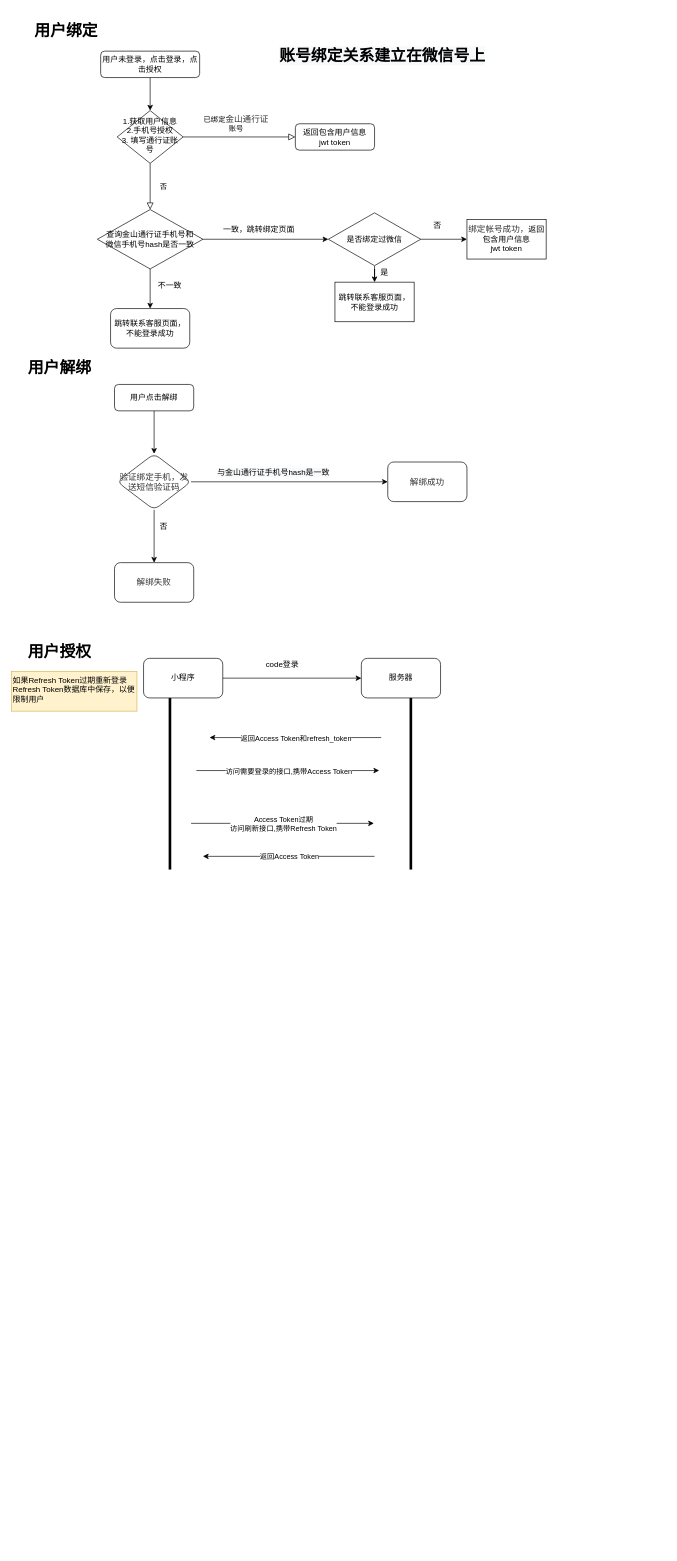
over-star/drawio keeps this draw.io diagram as Untitled Diagram.drawio. Above is the earlier version. Source tidied: cells renumbered, new cells numbered last; positions are measured from the earlier drawing's top-left corner, leaving out a move shared by most shapes. Both pictures are drawn from the tidied source at 66%, with x=0, y=0 at pixel (11, 18).
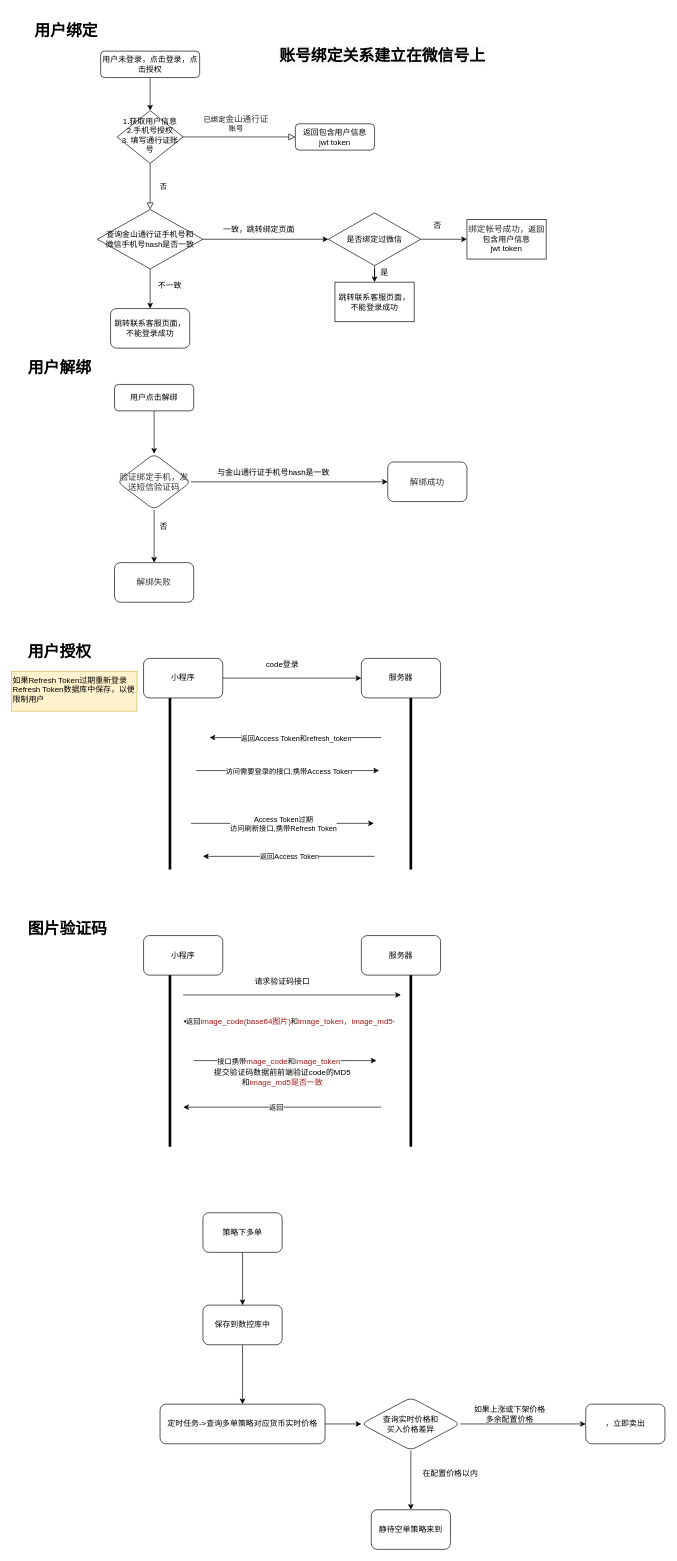
The same diagram, later.

Diff of the diagram source:
```diff
@@
+    <mxCell id="49" value="&lt;h1&gt;图片验证码&lt;/h1&gt;" style="text;html=1;strokeColor=none;fillColor=none;spacing=5;spacingTop=-20;whiteSpace=wrap;overflow=hidden;rounded=0;" parent="1" vertex="1">
+      <mxGeometry x="20" y="1360" width="190" height="40" as="geometry" />
+    </mxCell>
+    <mxCell id="50" style="edgeStyle=orthogonalEdgeStyle;rounded=0;orthogonalLoop=1;jettySize=auto;html=1;" parent="1" edge="1">
+      <mxGeometry relative="1" as="geometry">
+        <mxPoint x="260" y="1480" as="sourcePoint" />
+        <mxPoint x="590" y="1480" as="targetPoint" />
+        <Array as="points">
+          <mxPoint x="260" y="1480" />
+        </Array>
+      </mxGeometry>
+    </mxCell>
+    <mxCell id="51" value="小程序" style="rounded=1;whiteSpace=wrap;html=1;" parent="1" vertex="1">
+      <mxGeometry x="200" y="1390" width="120" height="60" as="geometry" />
+    </mxCell>
+    <mxCell id="52" value="服务器" style="rounded=1;whiteSpace=wrap;html=1;" parent="1" vertex="1">
+      <mxGeometry x="530" y="1390" width="120" height="60" as="geometry" />
+    </mxCell>
+    <mxCell id="53" value="请求验证码接口" style="text;html=1;align=center;verticalAlign=middle;strokeColor=none;fillColor=none;" parent="1" vertex="1">
+      <mxGeometry x="360" y="1450" width="100" height="20" as="geometry" />
+    </mxCell>
+    <mxCell id="54" style="line;strokeWidth=4;direction=south;html=1;perimeter=backbonePerimeter;" parent="1" vertex="1">
+      <mxGeometry x="600" y="1450" width="10" height="260" as="geometry" />
+    </mxCell>
+    <mxCell id="55" style="endArrow=classic;html=1;rounded=0;" parent="1" edge="1">
+      <mxGeometry relative="1" as="geometry">
+        <mxPoint x="580" y="1520" as="sourcePoint" />
+        <mxPoint x="260" y="1520" as="targetPoint" />
+        <Array as="points">
+          <mxPoint x="380" y="1520" />
+        </Array>
+      </mxGeometry>
+    </mxCell>
+    <mxCell id="56" value="返回&lt;span style=&quot;color: rgb(163 , 21 , 21) ; background-color: rgb(255 , 255 , 254) ; font-size: 12px&quot;&gt;image_code(base64图片)&lt;/span&gt;和&lt;span style=&quot;color: rgb(163 , 21 , 21) ; background-color: rgb(255 , 255 , 254) ; font-size: 12px&quot;&gt;image_token，&lt;/span&gt;&lt;span style=&quot;color: rgb(163 , 21 , 21) ; background-color: rgb(255 , 255 , 254) ; font-size: 12px&quot;&gt;image_md5&lt;/span&gt;" style="edgeLabel;html=1;align=center;verticalAlign=middle;" parent="55" vertex="1">
+      <mxGeometry relative="1" as="geometry" />
+    </mxCell>
+    <mxCell id="57" style="line;strokeWidth=4;direction=south;html=1;perimeter=backbonePerimeter;" parent="1" vertex="1">
+      <mxGeometry x="235" y="1450" width="10" height="260" as="geometry" />
+    </mxCell>
+    <mxCell id="58" style="endArrow=classic;html=1;rounded=0;" parent="1" edge="1">
+      <mxGeometry relative="1" as="geometry">
+        <mxPoint x="276" y="1579.5" as="sourcePoint" />
+        <mxPoint x="553" y="1579.5" as="targetPoint" />
+      </mxGeometry>
+    </mxCell>
+    <mxCell id="59" value="接口携带&lt;span style=&quot;font-size: 12px ; color: rgb(163 , 21 , 21) ; background-color: rgb(255 , 255 , 254)&quot;&gt;mage_code&lt;/span&gt;和&lt;span style=&quot;font-size: 12px ; color: rgb(163 , 21 , 21) ; background-color: rgb(255 , 255 , 254)&quot;&gt;image_token&lt;/span&gt;" style="edgeLabel;html=1;align=center;verticalAlign=middle;" parent="58" vertex="1">
+      <mxGeometry relative="1" as="geometry">
+        <mxPoint x="-11" y="1" as="offset" />
+      </mxGeometry>
+    </mxCell>
+    <mxCell id="60" style="endArrow=classic;html=1;rounded=0;" parent="1" edge="1">
+      <mxGeometry relative="1" as="geometry">
+        <mxPoint x="560" y="1650" as="sourcePoint" />
+        <mxPoint x="260" y="1650" as="targetPoint" />
+      </mxGeometry>
+    </mxCell>
+    <mxCell id="61" value="返回" style="edgeLabel;html=1;align=center;verticalAlign=middle;" parent="60" vertex="1">
+      <mxGeometry relative="1" as="geometry">
+        <mxPoint x="-10" as="offset" />
+      </mxGeometry>
+    </mxCell>
+    <mxCell id="62" value="提交验证码数据前前端验证code的MD5和&lt;span style=&quot;color: rgb(163 , 21 , 21) ; background-color: rgb(255 , 255 , 254)&quot;&gt;image_md5是否一致&lt;/span&gt;" style="text;html=1;strokeColor=none;fillColor=none;align=center;verticalAlign=middle;whiteSpace=wrap;rounded=0;" parent="1" vertex="1">
+      <mxGeometry x="302.5" y="1590" width="215" height="30" as="geometry" />
+    </mxCell>
+    <mxCell id="63" style="edgeStyle=orthogonalEdgeStyle;rounded=0;jettySize=auto;html=1;" parent="1" edge="1" source="64" target="66">
+      <mxGeometry relative="1" as="geometry" />
+    </mxCell>
+    <mxCell id="64" value="策略下多单" style="rounded=1;whiteSpace=wrap;html=1;" parent="1" vertex="1">
+      <mxGeometry x="290" y="1810" width="120" height="60" as="geometry" />
+    </mxCell>
+    <mxCell id="65" style="edgeStyle=orthogonalEdgeStyle;rounded=0;jettySize=auto;html=1;" parent="1" edge="1" source="66" target="68">
+      <mxGeometry relative="1" as="geometry" />
+    </mxCell>
+    <mxCell id="66" value="保存到数控库中" style="whiteSpace=wrap;html=1;rounded=1;" parent="1" vertex="1">
+      <mxGeometry x="290" y="1950" width="120" height="60" as="geometry" />
+    </mxCell>
+    <mxCell id="67" style="edgeStyle=orthogonalEdgeStyle;rounded=0;jettySize=auto;html=1;" parent="1" edge="1" source="68" target="71">
+      <mxGeometry relative="1" as="geometry" />
+    </mxCell>
+    <mxCell id="68" value="定时任务-&amp;gt;查询多单策略对应货币实时价格" style="whiteSpace=wrap;html=1;rounded=1;" parent="1" vertex="1">
+      <mxGeometry x="225" y="2100" width="250" height="60" as="geometry" />
+    </mxCell>
+    <mxCell id="69" style="edgeStyle=orthogonalEdgeStyle;rounded=0;jettySize=auto;html=1;" parent="1" edge="1" source="71" target="72">
+      <mxGeometry relative="1" as="geometry" />
+    </mxCell>
+    <mxCell id="70" style="edgeStyle=orthogonalEdgeStyle;rounded=0;jettySize=auto;html=1;" parent="1" edge="1" source="71" target="73">
+      <mxGeometry relative="1" as="geometry" />
+    </mxCell>
+    <mxCell id="71" value="查询实时价格和&lt;br&gt;买入价格差异" style="rhombus;whiteSpace=wrap;html=1;rounded=1;" parent="1" vertex="1">
+      <mxGeometry x="530" y="2090" width="150" height="80" as="geometry" />
+    </mxCell>
+    <mxCell id="72" value="&lt;span&gt;，立即卖出&lt;/span&gt;" style="whiteSpace=wrap;html=1;rounded=1;" parent="1" vertex="1">
+      <mxGeometry x="870" y="2100" width="120" height="60" as="geometry" />
+    </mxCell>
+    <mxCell id="73" value="静待空单策略来到" style="whiteSpace=wrap;html=1;rounded=1;" parent="1" vertex="1">
+      <mxGeometry x="545" y="2260" width="120" height="60" as="geometry" />
+    </mxCell>
+    <mxCell id="74" value="如果上涨或下架价格多余配置价格" style="text;html=1;strokeColor=none;fillColor=none;align=center;verticalAlign=middle;whiteSpace=wrap;rounded=0;" parent="1" vertex="1">
+      <mxGeometry x="700" y="2100" width="110" height="30" as="geometry" />
+    </mxCell>
+    <mxCell id="75" value="在配置价格以内" style="text;html=1;strokeColor=none;fillColor=none;align=center;verticalAlign=middle;whiteSpace=wrap;rounded=0;" parent="1" vertex="1">
+      <mxGeometry x="610" y="2190" width="110" height="30" as="geometry" />
+    </mxCell>
```
